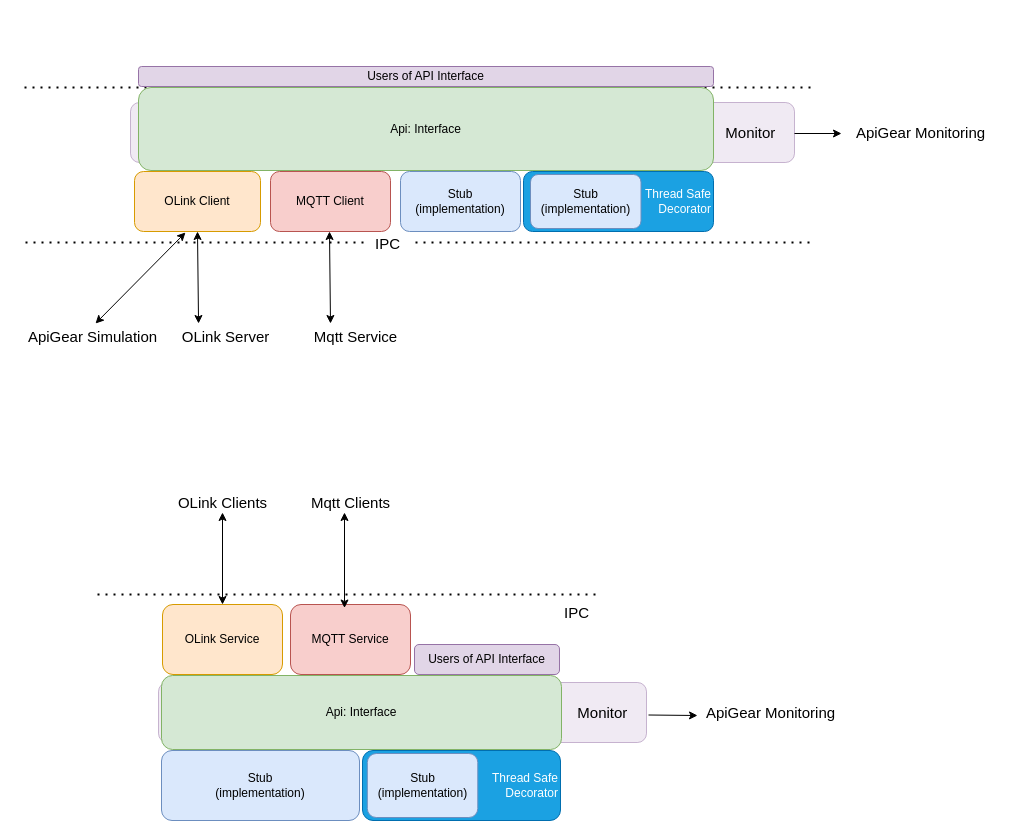
Earlier version of the draw.io diagram page "Page-1" (1 of 2) of img/features/features.drawio (apigear-io/apigear-docs). Source tidied: cells renumbered, new cells numbered last; positions are measured from the earlier drawing's top-left corner, leaving out a move shared by most shapes. Both pictures are drawn from the tidied source at 100%, with x=0, y=0 at pixel (17, 66).
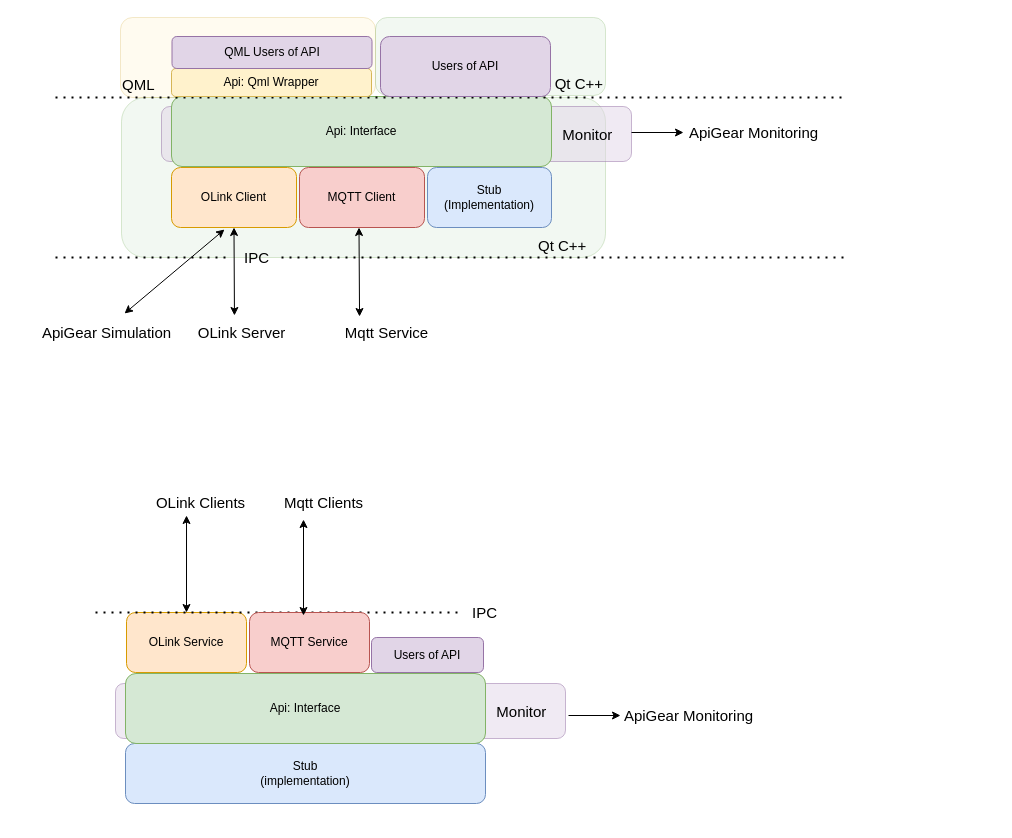
After the change.

Diff of the diagram source:
```diff
@@
+    <mxCell id="39" value="Qt C++&amp;nbsp; &amp;nbsp;&amp;nbsp;" style="rounded=1;whiteSpace=wrap;html=1;glass=0;sketch=0;strokeColor=#82b366;fontSize=15;fillColor=#d5e8d4;opacity=30;align=right;verticalAlign=bottom;" parent="1" vertex="1">
+      <mxGeometry x="104" y="31" width="484" height="160" as="geometry" />
+    </mxCell>
+    <mxCell id="40" value="&amp;nbsp;&lt;br&gt;&lt;br&gt;&lt;br&gt;QML&amp;nbsp;" style="rounded=1;whiteSpace=wrap;html=1;glass=0;sketch=0;strokeColor=#d6b656;fontSize=15;fillColor=#fff2cc;opacity=30;align=left;" parent="1" vertex="1">
+      <mxGeometry x="103" y="-49" width="255" height="80" as="geometry" />
+    </mxCell>
     <mxCell id="2" value="Monitor&amp;nbsp; &amp;nbsp;&amp;nbsp;" style="rounded=1;whiteSpace=wrap;html=1;glass=0;sketch=0;strokeColor=#9673a6;fontSize=15;fillColor=#e1d5e7;opacity=50;align=right;" parent="1" vertex="1">
-      <mxGeometry x="113" y="36" width="664" height="60" as="geometry" />
+      <mxGeometry x="144" y="40" width="470" height="55" as="geometry" />
     </mxCell>
     <mxCell id="3" value="OLink Client" style="rounded=1;whiteSpace=wrap;html=1;fillColor=#ffe6cc;strokeColor=#d79b00;" parent="1" vertex="1">
-      <mxGeometry x="117" y="105" width="126" height="60" as="geometry" />
+      <mxGeometry x="154" y="101" width="125" height="60" as="geometry" />
     </mxCell>
-    <mxCell id="4" value="Stub &lt;br&gt;(implementation)" style="rounded=1;whiteSpace=wrap;html=1;fillColor=#dae8fc;strokeColor=#6c8ebf;" parent="1" vertex="1">
-      <mxGeometry x="383" y="105" width="120" height="60" as="geometry" />
+    <mxCell id="4" value="Stub&lt;br&gt;(Implementation)" style="rounded=1;whiteSpace=wrap;html=1;fillColor=#dae8fc;strokeColor=#6c8ebf;" parent="1" vertex="1">
+      <mxGeometry x="410" y="101" width="124" height="60" as="geometry" />
     </mxCell>
+    <mxCell id="30" value="Api: Interface" style="rounded=1;whiteSpace=wrap;html=1;fillColor=#d5e8d4;strokeColor=#82b366;" parent="1" vertex="1">
+      <mxGeometry x="154" y="30" width="380" height="70" as="geometry" />
+    </mxCell>
     <mxCell id="5" style="endArrow=none;dashed=1;html=1;dashPattern=1 3;strokeWidth=2;rounded=0;" parent="1" edge="1">
       <mxGeometry relative="1" as="geometry">
-        <mxPoint x="7" y="21" as="sourcePoint" />
-        <mxPoint x="797" y="21" as="targetPoint" />
+        <mxPoint x="38" y="31" as="sourcePoint" />
+        <mxPoint x="828" y="31" as="targetPoint" />
       </mxGeometry>
     </mxCell>
-    <mxCell id="6" style="endArrow=none;dashed=1;html=1;dashPattern=1 3;strokeWidth=2;rounded=0;startArrow=none;" parent="1" edge="1">
+    <mxCell id="6" style="endArrow=none;dashed=1;html=1;dashPattern=1 3;strokeWidth=2;rounded=0;startArrow=none;" parent="1" edge="1" source="8">
       <mxGeometry relative="1" as="geometry">
-        <mxPoint x="398" y="176" as="sourcePoint" />
-        <mxPoint x="797" y="176" as="targetPoint" />
+        <mxPoint x="828" y="191" as="targetPoint" />
       </mxGeometry>
     </mxCell>
-    <mxCell id="7" style="endArrow=none;dashed=1;html=1;dashPattern=1 3;strokeWidth=2;rounded=0;" parent="1" edge="1">
+    <mxCell id="7" style="endArrow=none;dashed=1;html=1;dashPattern=1 3;strokeWidth=2;rounded=0;" parent="1" edge="1" target="8">
       <mxGeometry relative="1" as="geometry">
-        <mxPoint x="8" y="176" as="sourcePoint" />
-        <mxPoint x="348" y="176" as="targetPoint" />
+        <mxPoint x="38" y="191" as="sourcePoint" />
       </mxGeometry>
     </mxCell>
     <mxCell id="8" value="IPC" style="text;html=1;align=center;verticalAlign=middle;points=[];strokeColor=none;fillColor=none;fontSize=15;" parent="1" vertex="1">
-      <mxGeometry x="345" y="162" width="50" height="30" as="geometry" />
+      <mxGeometry x="214" y="176" width="50" height="30" as="geometry" />
     </mxCell>
-    <mxCell id="9" style="endArrow=classic;startArrow=classic;html=1;rounded=0;fontSize=15;entryX=0.5;entryY=1;entryDx=0;entryDy=0;exitX=0.255;exitY=0.067;exitDx=0;exitDy=0;exitPerimeter=0;" parent="1" edge="1" source="13" target="3">
-      <mxGeometry relative="1" as="geometry" />
-    </mxCell>
-    <mxCell id="10" style="endArrow=classic;html=1;rounded=0;fontSize=15;entryX=-0.02;entryY=0.533;entryDx=0;entryDy=0;entryPerimeter=0;" parent="1" edge="1">
+    <mxCell id="10" style="endArrow=classic;html=1;rounded=0;fontSize=15;entryX=0.013;entryY=0.6;entryDx=0;entryDy=0;entryPerimeter=0;" parent="1" edge="1">
       <mxGeometry relative="1" as="geometry">
-        <mxPoint x="777" y="67" as="sourcePoint" />
-        <mxPoint x="824" y="67" as="targetPoint" />
+        <mxPoint x="614" y="66" as="sourcePoint" />
+        <mxPoint x="666" y="66" as="targetPoint" />
       </mxGeometry>
     </mxCell>
-    <mxCell id="11" style="endArrow=classic;html=1;rounded=0;fontSize=15;startArrow=classic;startFill=1;" parent="1" edge="1">
-      <mxGeometry relative="1" as="geometry">
-        <mxPoint x="168" y="166" as="sourcePoint" />
-        <mxPoint x="78" y="257" as="targetPoint" />
-      </mxGeometry>
+    <mxCell id="11" style="endArrow=classic;html=1;rounded=0;fontSize=15;entryX=0.62;entryY=-0.133;entryDx=0;entryDy=0;entryPerimeter=0;exitX=0.424;exitY=1.033;exitDx=0;exitDy=0;exitPerimeter=0;startArrow=classic;startFill=1;" parent="1" edge="1" source="3" target="12">
+      <mxGeometry relative="1" as="geometry" />
     </mxCell>
     <mxCell id="12" value="ApiGear Simulation" style="text;html=1;align=center;verticalAlign=middle;points=[];strokeColor=none;fillColor=none;fontSize=15;" parent="1" vertex="1">
-      <mxGeometry y="255" width="150" height="30" as="geometry" />
+      <mxGeometry x="14" y="251" width="150" height="30" as="geometry" />
     </mxCell>
     <mxCell id="13" value="OLink Server" style="text;html=1;align=center;verticalAlign=middle;points=[];strokeColor=none;fillColor=none;fontSize=15;" parent="1" vertex="1">
-      <mxGeometry x="153" y="255" width="110" height="30" as="geometry" />
+      <mxGeometry x="169" y="251" width="110" height="30" as="geometry" />
     </mxCell>
     <mxCell id="14" value="ApiGear Monitoring" style="text;html=1;align=center;verticalAlign=middle;strokeColor=none;fillColor=none;fontSize=15;" parent="1" vertex="1">
-      <mxGeometry x="828" y="51" width="150" height="30" as="geometry" />
+      <mxGeometry x="661" y="51" width="150" height="30" as="geometry" />
     </mxCell>
     <mxCell id="15" value="MQTT Client" style="rounded=1;whiteSpace=wrap;html=1;fillColor=#f8cecc;strokeColor=#b85450;" parent="1" vertex="1">
-      <mxGeometry x="253" y="105" width="120" height="60" as="geometry" />
+      <mxGeometry x="282" y="101" width="125" height="60" as="geometry" />
     </mxCell>
+    <mxCell id="41" style="endArrow=classic;html=1;rounded=0;fontSize=15;entryX=0.255;entryY=-0.033;entryDx=0;entryDy=0;entryPerimeter=0;startArrow=classic;startFill=1;" parent="1" edge="1" target="16">
+      <mxGeometry relative="1" as="geometry">
+        <mxPoint x="341.5" y="161" as="sourcePoint" />
+      </mxGeometry>
+    </mxCell>
     <mxCell id="16" value="Mqtt Service" style="text;html=1;align=center;verticalAlign=middle;points=[];strokeColor=none;fillColor=none;fontSize=15;" parent="1" vertex="1">
-      <mxGeometry x="283" y="255" width="110" height="30" as="geometry" />
+      <mxGeometry x="314" y="251" width="110" height="30" as="geometry" />
     </mxCell>
     <mxCell id="17" value="Monitor&amp;nbsp; &amp;nbsp;&amp;nbsp;" style="rounded=1;whiteSpace=wrap;html=1;glass=0;sketch=0;strokeColor=#9673a6;fontSize=15;fillColor=#e1d5e7;opacity=50;align=right;" parent="1" vertex="1">
-      <mxGeometry x="141" y="616" width="488" height="60" as="geometry" />
+      <mxGeometry x="98" y="617" width="450" height="55" as="geometry" />
     </mxCell>
     <mxCell id="18" value="OLink Service" style="rounded=1;whiteSpace=wrap;html=1;fillColor=#ffe6cc;strokeColor=#d79b00;" parent="1" vertex="1">
-      <mxGeometry x="145" y="538" width="120" height="70" as="geometry" />
+      <mxGeometry x="109" y="546" width="120" height="60" as="geometry" />
     </mxCell>
     <mxCell id="19" value="Stub&lt;br&gt;(implementation)" style="rounded=1;whiteSpace=wrap;html=1;fillColor=#dae8fc;strokeColor=#6c8ebf;" parent="1" vertex="1">
-      <mxGeometry x="144" y="684" width="198" height="70" as="geometry" />
+      <mxGeometry x="108" y="677" width="360" height="60" as="geometry" />
     </mxCell>
     <mxCell id="20" value="Api: Interface" style="rounded=1;whiteSpace=wrap;html=1;fillColor=#d5e8d4;strokeColor=#82b366;" parent="1" vertex="1">
-      <mxGeometry x="144" y="609" width="400" height="74" as="geometry" />
+      <mxGeometry x="108" y="607" width="360" height="70" as="geometry" />
     </mxCell>
-    <mxCell id="21" style="endArrow=none;dashed=1;html=1;dashPattern=1 3;strokeWidth=2;rounded=0;" parent="1" edge="1">
+    <mxCell id="21" style="endArrow=none;dashed=1;html=1;dashPattern=1 3;strokeWidth=2;rounded=0;" parent="1" edge="1" target="22">
       <mxGeometry relative="1" as="geometry">
-        <mxPoint x="80" y="528" as="sourcePoint" />
-        <mxPoint x="578" y="528" as="targetPoint" />
+        <mxPoint x="78" y="546" as="sourcePoint" />
       </mxGeometry>
     </mxCell>
     <mxCell id="22" value="IPC" style="text;html=1;align=center;verticalAlign=middle;points=[];strokeColor=none;fillColor=none;fontSize=15;" parent="1" vertex="1">
-      <mxGeometry x="534" y="531" width="50" height="30" as="geometry" />
+      <mxGeometry x="442" y="531" width="50" height="30" as="geometry" />
     </mxCell>
-    <mxCell id="23" style="endArrow=classic;startArrow=classic;html=1;rounded=0;fontSize=15;entryX=0.5;entryY=0;entryDx=0;entryDy=0;" parent="1" edge="1" target="18">
-      <mxGeometry relative="1" as="geometry">
-        <mxPoint x="205" y="446" as="sourcePoint" />
-      </mxGeometry>
+    <mxCell id="23" style="endArrow=classic;startArrow=classic;html=1;rounded=0;fontSize=15;entryX=0.5;entryY=0;entryDx=0;entryDy=0;exitX=0.373;exitY=0.933;exitDx=0;exitDy=0;exitPerimeter=0;" parent="1" edge="1" source="29" target="18">
+      <mxGeometry relative="1" as="geometry" />
     </mxCell>
     <mxCell id="24" value="MQTT Service" style="rounded=1;whiteSpace=wrap;html=1;fillColor=#f8cecc;strokeColor=#b85450;" parent="1" vertex="1">
-      <mxGeometry x="273" y="538" width="120" height="70" as="geometry" />
+      <mxGeometry x="232" y="546" width="120" height="60" as="geometry" />
     </mxCell>
-    <mxCell id="25" style="endArrow=classic;startArrow=classic;html=1;rounded=0;fontSize=15;entryX=0.45;entryY=0.05;entryDx=0;entryDy=0;entryPerimeter=0;" parent="1" edge="1" target="24">
-      <mxGeometry relative="1" as="geometry">
-        <mxPoint x="327" y="446" as="sourcePoint" />
-      </mxGeometry>
+    <mxCell id="25" style="endArrow=classic;startArrow=classic;html=1;rounded=0;fontSize=15;entryX=0.45;entryY=0.05;entryDx=0;entryDy=0;entryPerimeter=0;exitX=0.3;exitY=1.067;exitDx=0;exitDy=0;exitPerimeter=0;" parent="1" edge="1" source="28" target="24">
+      <mxGeometry relative="1" as="geometry" />
     </mxCell>
     <mxCell id="26" style="endArrow=classic;html=1;rounded=0;fontSize=15;entryX=0.013;entryY=0.6;entryDx=0;entryDy=0;entryPerimeter=0;" parent="1" edge="1">
       <mxGeometry relative="1" as="geometry">
-        <mxPoint x="631" y="648.5" as="sourcePoint" />
-        <mxPoint x="680" y="649" as="targetPoint" />
+        <mxPoint x="551" y="649" as="sourcePoint" />
+        <mxPoint x="603" y="649" as="targetPoint" />
       </mxGeometry>
     </mxCell>
     <mxCell id="27" value="ApiGear Monitoring" style="text;html=1;align=center;verticalAlign=middle;strokeColor=none;fillColor=none;fontSize=15;" parent="1" vertex="1">
-      <mxGeometry x="678" y="631" width="150" height="30" as="geometry" />
+      <mxGeometry x="596" y="634" width="150" height="30" as="geometry" />
     </mxCell>
     <mxCell id="28" value="Mqtt Clients" style="text;html=1;align=center;verticalAlign=middle;points=[];strokeColor=none;fillColor=none;fontSize=15;" parent="1" vertex="1">
-      <mxGeometry x="283" y="421" width="100" height="30" as="geometry" />
+      <mxGeometry x="256" y="421" width="100" height="30" as="geometry" />
     </mxCell>
     <mxCell id="29" value="OLink Clients" style="text;html=1;align=center;verticalAlign=middle;points=[];strokeColor=none;fillColor=none;fontSize=15;" parent="1" vertex="1">
-      <mxGeometry x="150" y="421" width="110" height="30" as="geometry" />
+      <mxGeometry x="128" y="421" width="110" height="30" as="geometry" />
     </mxCell>
-    <mxCell id="30" value="Api: Interface" style="rounded=1;whiteSpace=wrap;html=1;fillColor=#d5e8d4;strokeColor=#82b366;" parent="1" vertex="1">
-      <mxGeometry x="121" y="21" width="575" height="83" as="geometry" />
-    </mxCell>
-    <mxCell id="31" value="Users of API Interface" style="rounded=1;whiteSpace=wrap;html=1;fillColor=#e1d5e7;strokeColor=#9673a6;" parent="1" vertex="1">
-      <mxGeometry x="121" width="575" height="20" as="geometry" />
-    </mxCell>
-    <mxCell id="32" value="Thread Safe&lt;br&gt;Decorator" style="rounded=1;whiteSpace=wrap;html=1;fillColor=#1ba1e2;fontColor=#ffffff;strokeColor=#006EAF;align=right;" parent="1" vertex="1">
-      <mxGeometry x="506" y="105" width="190" height="60" as="geometry" />
-    </mxCell>
-    <mxCell id="33" value="Stub&lt;br&gt;(implementation)" style="rounded=1;whiteSpace=wrap;html=1;fillColor=#dae8fc;strokeColor=#6c8ebf;arcSize=14;align=center;" parent="1" vertex="1">
-      <mxGeometry x="513" y="108" width="110.5" height="54" as="geometry" />
-    </mxCell>
-    <mxCell id="34" value="Thread Safe&lt;br&gt;Decorator" style="rounded=1;whiteSpace=wrap;html=1;fillColor=#1ba1e2;fontColor=#ffffff;strokeColor=#006EAF;align=right;" parent="1" vertex="1">
-      <mxGeometry x="345" y="684" width="198" height="70" as="geometry" />
-    </mxCell>
-    <mxCell id="35" value="Stub&lt;br&gt;(implementation)" style="rounded=1;whiteSpace=wrap;html=1;fillColor=#dae8fc;strokeColor=#6c8ebf;arcSize=14;align=center;" parent="1" vertex="1">
-      <mxGeometry x="349.8" y="687" width="110.5" height="64" as="geometry" />
-    </mxCell>
-    <mxCell id="36" value="Users of API Interface" style="rounded=1;whiteSpace=wrap;html=1;fillColor=#e1d5e7;strokeColor=#9673a6;" parent="1" vertex="1">
-      <mxGeometry x="397" y="578" width="145" height="30" as="geometry" />
-    </mxCell>
-    <mxCell id="37" style="edgeStyle=orthogonalEdgeStyle;rounded=0;jettySize=auto;html=1;exitX=0.5;exitY=1;exitDx=0;exitDy=0;entryX=0.273;entryY=-0.1;entryDx=0;entryDy=0;entryPerimeter=0;strokeColor=none;" parent="1" edge="1" source="15" target="16">
-      <mxGeometry relative="1" as="geometry" />
-    </mxCell>
-    <mxCell id="38" style="endArrow=classic;startArrow=classic;html=1;rounded=0;fontSize=15;entryX=0.5;entryY=1;entryDx=0;entryDy=0;exitX=0.255;exitY=0.067;exitDx=0;exitDy=0;exitPerimeter=0;" parent="1" edge="1">
-      <mxGeometry relative="1" as="geometry">
-        <mxPoint x="313" y="257" as="sourcePoint" />
-        <mxPoint x="312" y="165" as="targetPoint" />
-      </mxGeometry>
-    </mxCell>
+    <mxCell id="42" value="Api: Qml Wrapper" style="rounded=1;whiteSpace=wrap;html=1;fillColor=#fff2cc;strokeColor=#d6b656;" parent="1" vertex="1">
+      <mxGeometry x="154" y="2" width="200" height="28" as="geometry" />
+    </mxCell>
+    <mxCell id="43" value="Qt C++" style="rounded=1;whiteSpace=wrap;html=1;glass=0;sketch=0;strokeColor=#82b366;fontSize=15;fillColor=#d5e8d4;opacity=30;align=right;verticalAlign=bottom;" parent="1" vertex="1">
+      <mxGeometry x="358" y="-49" width="230" height="78" as="geometry" />
+    </mxCell>
+    <mxCell id="44" value="Users of API" style="rounded=1;whiteSpace=wrap;html=1;fillColor=#e1d5e7;strokeColor=#9673a6;" parent="1" vertex="1">
+      <mxGeometry x="363" y="-30" width="170" height="60" as="geometry" />
+    </mxCell>
+    <mxCell id="45" value="Users of API" style="rounded=1;whiteSpace=wrap;html=1;fillColor=#e1d5e7;strokeColor=#9673a6;" parent="1" vertex="1">
+      <mxGeometry x="354" y="571" width="112" height="35" as="geometry" />
+    </mxCell>
+    <mxCell id="46" style="endArrow=classic;html=1;rounded=0;fontSize=15;entryX=0.436;entryY=-0.067;entryDx=0;entryDy=0;entryPerimeter=0;exitX=0.5;exitY=1;exitDx=0;exitDy=0;startArrow=classic;startFill=1;" parent="1" edge="1" source="3" target="13">
+      <mxGeometry relative="1" as="geometry" />
+    </mxCell>
+    <mxCell id="47" value="QML Users of API" style="rounded=1;whiteSpace=wrap;html=1;fillColor=#e1d5e7;strokeColor=#9673a6;" parent="1" vertex="1">
+      <mxGeometry x="154.5" y="-30" width="200" height="32" as="geometry" />
+    </mxCell>
```
